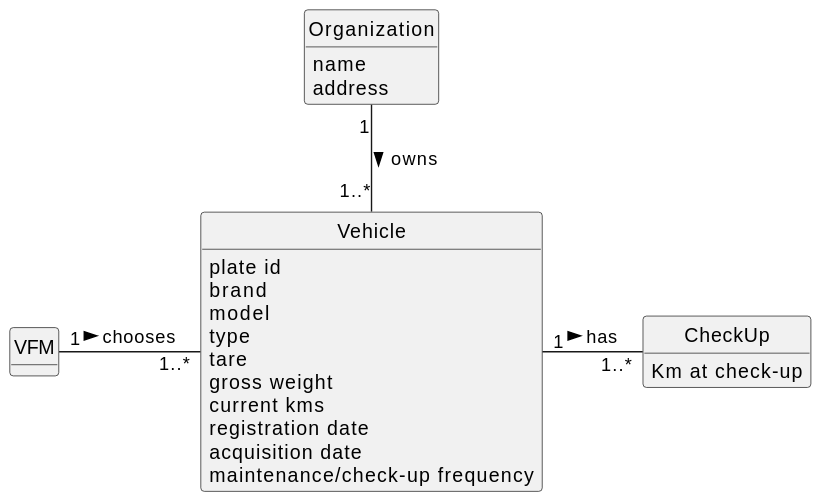
Before: docs/sprintB/us007/02.analysis/svg/us007-domain-model.svg, a diagram exported from PlantUML (diogoveirospro/lei-24-s2-1dg-g072). The source it was exported from:
```plantuml
@startuml
skinparam monochrome true
skinparam packageStyle rectangle
skinparam shadowing false


skinparam classAttributeIconSize 0
hide circles
hide methods



class VFM{

}

class Vehicle{
    plate id
    brand
    model
    type
    tare
    gross weight
    current kms
    registration date
    acquisition date
    maintenance/check-up frequency
}
class Organization{
    name
    address
}

class CheckUp{
    Km at check-up
}

Organization "1" --"1..*" Vehicle: owns >
VFM "1"-"   1..*" Vehicle: chooses >
Vehicle "1" - "1..*" CheckUp: has >
@enduml
```
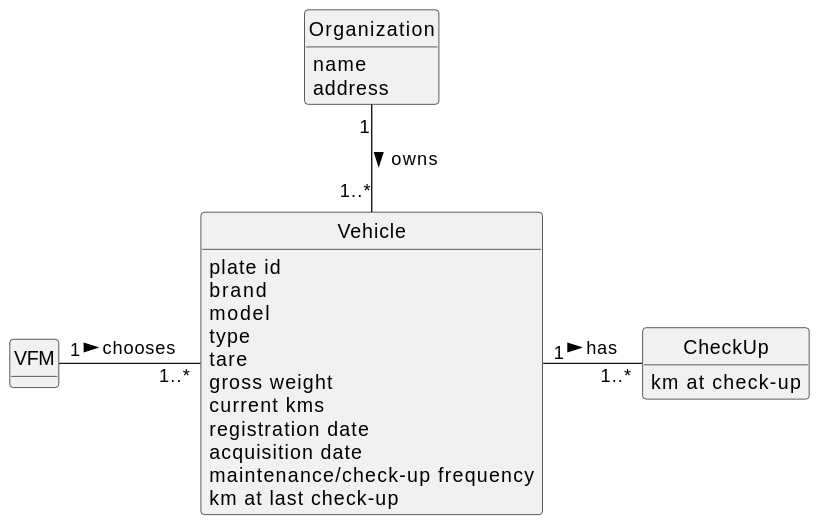
Later version of the same file.

The edit, as a diff of the source:
```diff
@@ -25,6 +25,7 @@
     registration date
     acquisition date
     maintenance/check-up frequency
+    km at last check-up
 }
 class Organization{
     name
@@ -32,7 +33,7 @@
 }
 
 class CheckUp{
-    Km at check-up
+    km at check-up
 }
 
 Organization "1" --"1..*" Vehicle: owns >
```
